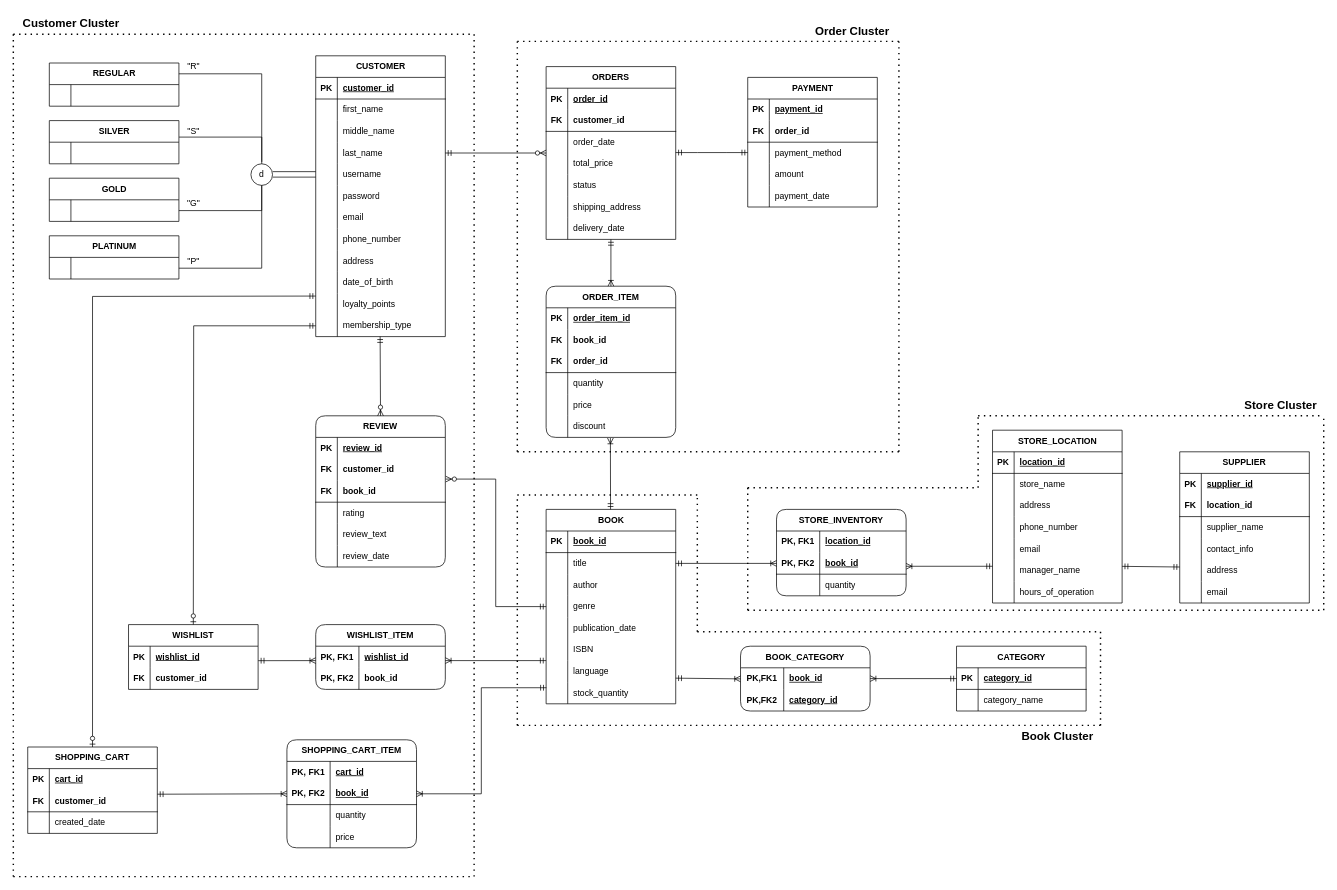
sirithatthamrong/Kinakuniyo-Bookstore-Database keeps this draw.io diagram as diagram/diagram.drawio. Above is the earlier version. Source tidied: cells renumbered, new cells numbered last; positions are measured from the earlier drawing's top-left corner, leaving out a move shared by most shapes. Both pictures are drawn from the tidied source at 72%, with x=0, y=0 at pixel (13, 12).
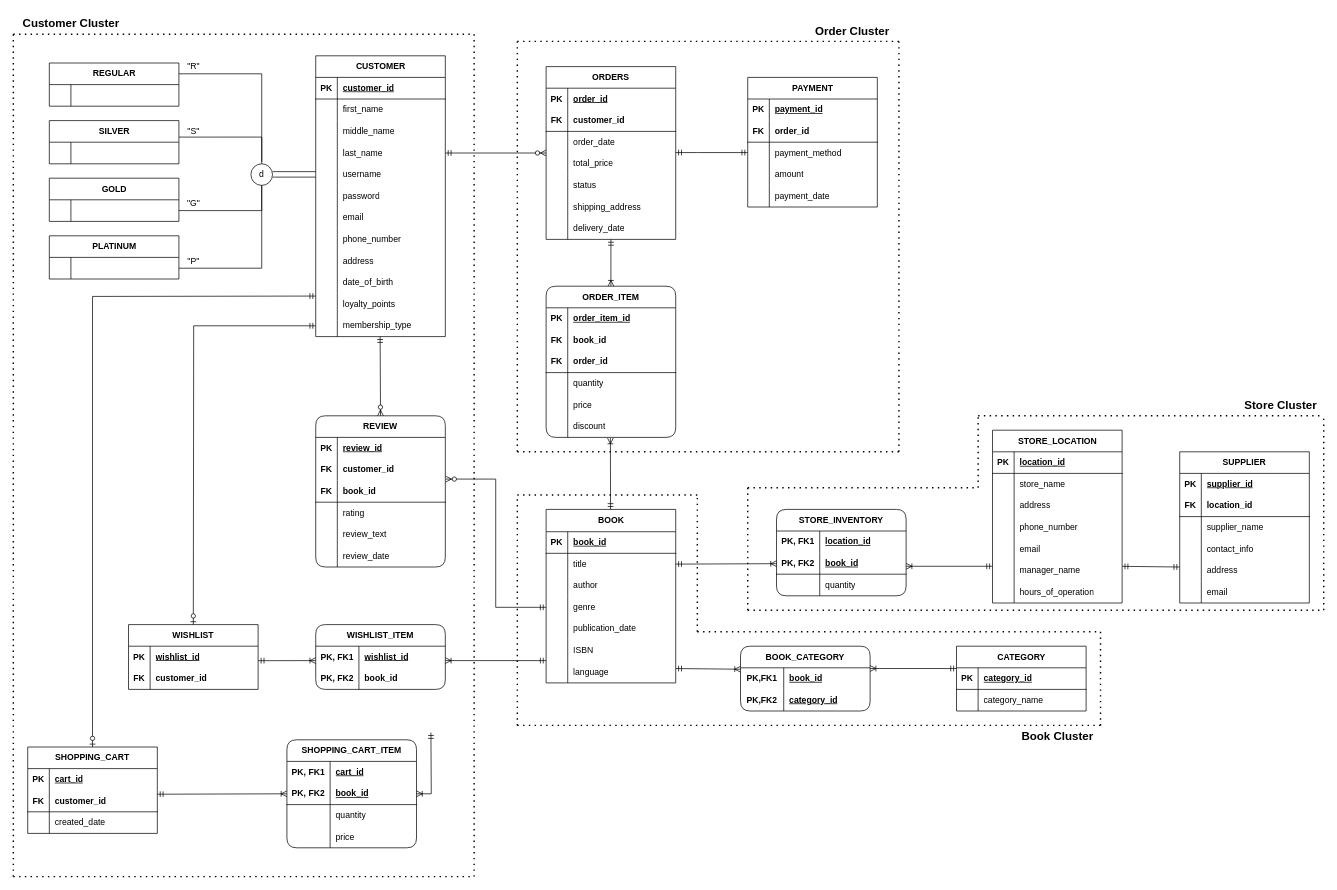
The same page after the edit.

The change refers to these unchanged cells:
```xml
<mxCell id="182" style="shape=tableRow;horizontal=0;startSize=0;swimlaneHead=0;swimlaneBody=0;fillColor=none;points=[[0,0.5],[1,0.5]];portConstraint=eastwest;top=0;left=0;right=0;bottom=1;" parent="181" vertex="1">
  <mxGeometry y="30" width="180" height="30" as="geometry" />
</mxCell>
<mxCell id="189" style="shape=tableRow;horizontal=0;startSize=0;swimlaneHead=0;swimlaneBody=0;fillColor=none;points=[[0,0.5],[1,0.5]];portConstraint=eastwest;top=0;left=0;right=0;bottom=0;html=1;" parent="188" vertex="1">
  <mxGeometry y="30" width="180" height="30" as="geometry" />
</mxCell>
<mxCell id="230" style="shape=tableRow;horizontal=0;startSize=0;swimlaneHead=0;swimlaneBody=0;fillColor=none;points=[[0,0.5],[1,0.5]];portConstraint=eastwest;top=0;left=0;right=0;bottom=1;html=1;" parent="226" vertex="1">
  <mxGeometry y="60" width="180" height="30" as="geometry" />
</mxCell>
```

Diff of the diagram source:
```diff
@@
-    <mxCell id="126" value="BOOK" style="shape=table;startSize=30;childLayout=tableLayout;rowLines=0;fontStyle=1;align=center;html=1;" parent="1" vertex="1">
-      <mxGeometry x="740" y="690" width="180" height="270" as="geometry" />
+    <mxCell id="126" value="BOOK" style="shape=table;startSize=31;childLayout=tableLayout;rowLines=0;fontStyle=1;align=center;html=1;" parent="1" vertex="1">
+      <mxGeometry x="740" y="690" width="180" height="241" as="geometry" />
     </mxCell>
     <mxCell id="127" style="shape=tableRow;horizontal=0;startSize=0;swimlaneHead=0;swimlaneBody=0;fillColor=none;top=0;left=0;right=0;bottom=1;" parent="126" vertex="1">
-      <mxGeometry y="30" width="180" height="30" as="geometry" />
+      <mxGeometry y="31" width="180" height="30" as="geometry" />
     </mxCell>
@@
     <mxCell id="130" style="shape=tableRow;horizontal=0;startSize=0;swimlaneHead=0;swimlaneBody=0;fillColor=none;points=[[0,0.5],[1,0.5]];portConstraint=eastwest;top=0;left=0;right=0;bottom=0;" parent="126" vertex="1">
-      <mxGeometry y="60" width="180" height="30" as="geometry" />
+      <mxGeometry y="61" width="180" height="30" as="geometry" />
     </mxCell>
@@
     <mxCell id="133" style="shape=tableRow;horizontal=0;startSize=0;swimlaneHead=0;swimlaneBody=0;fillColor=none;top=0;left=0;right=0;bottom=0;" parent="126" vertex="1">
-      <mxGeometry y="90" width="180" height="30" as="geometry" />
+      <mxGeometry y="91" width="180" height="30" as="geometry" />
     </mxCell>
@@
     <mxCell id="136" style="shape=tableRow;horizontal=0;startSize=0;swimlaneHead=0;swimlaneBody=0;fillColor=none;points=[[0,0.5],[1,0.5]];portConstraint=eastwest;top=0;left=0;right=0;bottom=0;" parent="126" vertex="1">
-      <mxGeometry y="120" width="180" height="30" as="geometry" />
+      <mxGeometry y="121" width="180" height="30" as="geometry" />
     </mxCell>
@@
     <mxCell id="139" style="shape=tableRow;horizontal=0;startSize=0;swimlaneHead=0;swimlaneBody=0;fillColor=none;top=0;left=0;right=0;bottom=0;" parent="126" vertex="1">
-      <mxGeometry y="150" width="180" height="30" as="geometry" />
+      <mxGeometry y="151" width="180" height="30" as="geometry" />
     </mxCell>
@@
     <mxCell id="142" style="shape=tableRow;horizontal=0;startSize=0;swimlaneHead=0;swimlaneBody=0;fillColor=none;top=0;left=0;right=0;bottom=0;" parent="126" vertex="1">
-      <mxGeometry y="180" width="180" height="30" as="geometry" />
+      <mxGeometry y="181" width="180" height="30" as="geometry" />
     </mxCell>
@@
     <mxCell id="145" style="shape=tableRow;horizontal=0;startSize=0;swimlaneHead=0;swimlaneBody=0;fillColor=none;top=0;left=0;right=0;bottom=0;" parent="126" vertex="1">
-      <mxGeometry y="210" width="180" height="30" as="geometry" />
+      <mxGeometry y="211" width="180" height="30" as="geometry" />
     </mxCell>
@@
-    <mxCell id="148" style="shape=tableRow;horizontal=0;startSize=0;swimlaneHead=0;swimlaneBody=0;fillColor=none;points=[[0,0.5],[1,0.5]];portConstraint=eastwest;top=0;left=0;right=0;bottom=0;" parent="126" vertex="1">
-      <mxGeometry y="240" width="180" height="30" as="geometry" />
-    </mxCell>
-    <mxCell id="149" style="shape=partialRectangle;fillColor=none;top=0;left=0;bottom=0;right=0;overflow=hidden;whiteSpace=wrap;html=1;" parent="148" vertex="1">
-      <mxGeometry width="30" height="30" as="geometry" />
-    </mxCell>
-    <mxCell id="150" value="stock_quantity" style="shape=partialRectangle;fillColor=none;top=0;left=0;bottom=0;right=0;align=left;spacingLeft=6;overflow=hidden;whiteSpace=wrap;html=1;" parent="148" vertex="1">
-      <mxGeometry x="30" width="150" height="30" as="geometry" />
-    </mxCell>
@@
-    <mxCell id="196" style="fontSize=12;html=1;endArrow=ERoneToMany;startArrow=ERmandOne;rounded=0;exitX=0;exitY=0.5;exitDx=0;exitDy=0;entryX=1;entryY=0.5;entryDx=0;entryDy=0;" parent="1" edge="1" source="182" target="189">
-      <mxGeometry relative="1" as="geometry" />
+    <mxCell id="196" style="fontSize=12;html=1;endArrow=ERoneToMany;startArrow=ERmandOne;rounded=0;exitX=0;exitY=0.5;exitDx=0;exitDy=0;entryX=1;entryY=0.5;entryDx=0;entryDy=0;" parent="1" edge="1">
+      <mxGeometry relative="1" as="geometry">
+        <mxPoint x="1310" y="911" as="sourcePoint" />
+        <mxPoint x="1190" y="911" as="targetPoint" />
+      </mxGeometry>
     </mxCell>
@@
-    <mxCell id="240" style="fontSize=12;html=1;endArrow=ERoneToMany;startArrow=ERmandOne;rounded=0;exitX=0.002;exitY=0.256;exitDx=0;exitDy=0;entryX=1;entryY=0.5;entryDx=0;entryDy=0;exitPerimeter=0;edgeStyle=orthogonalEdgeStyle;" parent="1" edge="1" source="148" target="230">
-      <mxGeometry relative="1" as="geometry" />
+    <mxCell id="240" style="fontSize=12;html=1;endArrow=ERoneToMany;startArrow=ERmandOne;rounded=0;exitX=0.002;exitY=0.256;exitDx=0;exitDy=0;entryX=1;entryY=0.5;entryDx=0;entryDy=0;exitPerimeter=0;edgeStyle=orthogonalEdgeStyle;" parent="1" edge="1" target="230">
+      <mxGeometry relative="1" as="geometry">
+        <mxPoint x="580" y="1000" as="sourcePoint" />
+      </mxGeometry>
     </mxCell>
@@
     <mxCell id="274" style="fontSize=12;html=1;endArrow=ERoneToMany;startArrow=ERmandOne;rounded=0;exitX=1;exitY=0.5;exitDx=0;exitDy=0;" parent="1" edge="1">
       <mxGeometry relative="1" as="geometry">
-        <mxPoint x="920" y="924.4" as="sourcePoint" />
-        <mxPoint x="1010" y="925.4" as="targetPoint" />
+        <mxPoint x="920" y="911" as="sourcePoint" />
+        <mxPoint x="1010" y="912" as="targetPoint" />
       </mxGeometry>
     </mxCell>
```
